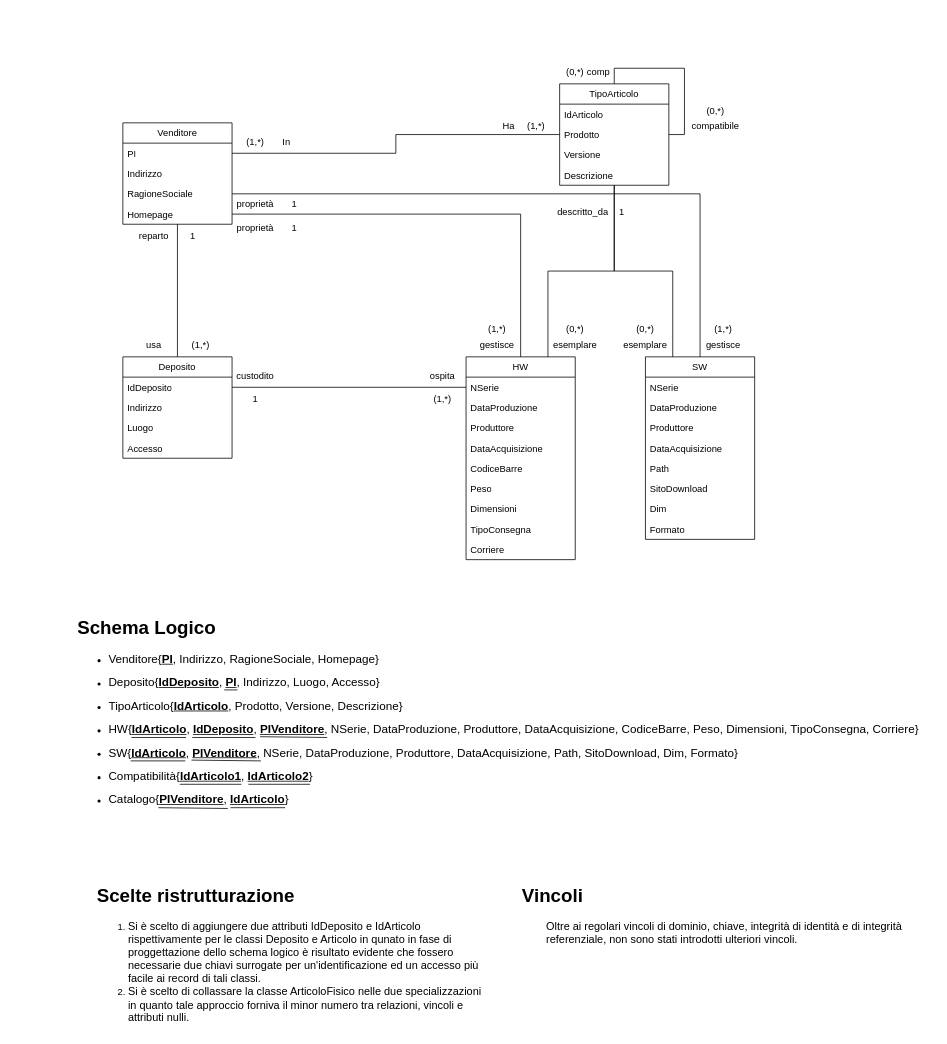
GritHat/diagrams-draw.io keeps this draw.io diagram as articoliswhw.drawio. Above is the earlier version. Source tidied: cells renumbered, new cells numbered last; positions are measured from the earlier drawing's top-left corner, leaving out a move shared by most shapes. Both pictures are drawn from the tidied source at 78%, with x=0, y=0 at pixel (76, 60).
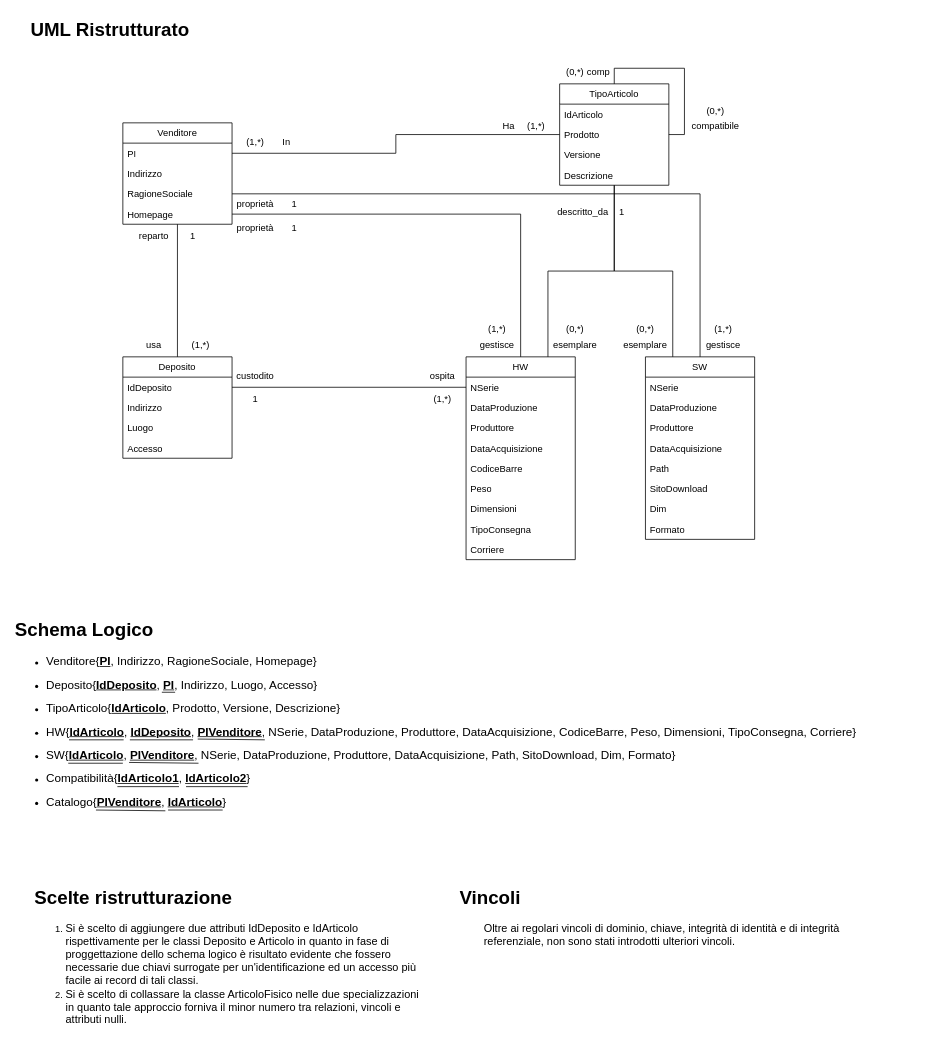
The same diagram, later.

Change to the diagram source:
```diff
@@
-<mxGraphModel>
+<mxGraphModel background="#ffffff">
@@
-    <mxCell id="65" value="&lt;h1 style=&quot;margin-top: 0px;&quot;&gt;Scelte ristrutturazione&lt;/h1&gt;&lt;p&gt;&lt;/p&gt;&lt;ol&gt;&lt;li&gt;&lt;font style=&quot;font-size: 14px;&quot;&gt;Si è scelto di aggiungere due attributi IdDeposito e IdArticolo rispettivamente per le classi Deposito e Articolo in qunato in fase di proggettazione dello schema logico è risultato evidente che fossero necessarie due chiavi surrogate per un'identificazione ed un accesso più facile ai record di tali classi.&lt;/font&gt;&lt;/li&gt;&lt;li&gt;&lt;font style=&quot;font-size: 14px;&quot;&gt;Si è scelto di collassare la classe ArticoloFisico nelle due specializzazioni in quanto tale approccio forniva il minor numero tra relazioni, vincoli e attributi nulli.&lt;/font&gt;&lt;/li&gt;&lt;/ol&gt;&lt;p&gt;&lt;/p&gt;" style="text;html=1;whiteSpace=wrap;overflow=hidden;rounded=0;" parent="1" vertex="1">
-      <mxGeometry x="25" y="1050" width="500" height="189" as="geometry" />
+    <mxCell id="65" value="&lt;h1 style=&quot;margin-top: 0px;&quot;&gt;Scelte ristrutturazione&lt;/h1&gt;&lt;p&gt;&lt;/p&gt;&lt;ol&gt;&lt;li&gt;&lt;font style=&quot;font-size: 14px;&quot;&gt;Si è scelto di aggiungere due attributi IdDeposito e IdArticolo rispettivamente per le classi Deposito e Articolo in quanto in fase di proggettazione dello schema logico è risultato evidente che fossero necessarie due chiavi surrogate per un'identificazione ed un accesso più facile ai record di tali classi.&lt;/font&gt;&lt;/li&gt;&lt;li&gt;&lt;font style=&quot;font-size: 14px;&quot;&gt;Si è scelto di collassare la classe ArticoloFisico nelle due specializzazioni in quanto tale approccio forniva il minor numero tra relazioni, vincoli e attributi nulli.&lt;/font&gt;&lt;/li&gt;&lt;/ol&gt;&lt;p&gt;&lt;/p&gt;" style="text;html=1;whiteSpace=wrap;overflow=hidden;rounded=0;" parent="1" vertex="1">
+      <mxGeometry x="-55" y="1053" width="500" height="189" as="geometry" />
     </mxCell>
     <mxCell id="66" value="&lt;h1 style=&quot;margin-top: 0px;&quot;&gt;Schema Logico&lt;/h1&gt;&lt;div&gt;&lt;ul&gt;&lt;li&gt;&lt;font style=&quot;font-size: 15px;&quot;&gt;Venditore{&lt;b&gt;&lt;font style=&quot;color: light-dark(rgb(0, 0, 0), rgb(63, 89, 255));&quot;&gt;&lt;u&gt;PI&lt;/u&gt;&lt;/font&gt;&lt;/b&gt;, Indirizzo, RagioneSociale, Homepage}&lt;/font&gt;&lt;/li&gt;&lt;/ul&gt;&lt;ul&gt;&lt;li&gt;&lt;font style=&quot;font-size: 15px;&quot;&gt;Deposito{&lt;b&gt;&lt;font style=&quot;color: light-dark(rgb(0, 0, 0), rgb(179, 0, 0));&quot;&gt;&lt;u style=&quot;&quot;&gt;IdDeposito&lt;/u&gt;&lt;/font&gt;&lt;/b&gt;, &lt;b&gt;&lt;font style=&quot;color: light-dark(rgb(0, 0, 0), rgb(63, 89, 255));&quot;&gt;&lt;u&gt;PI&lt;/u&gt;&lt;/font&gt;&lt;/b&gt;, Indirizzo, Luogo, Accesso}&lt;/font&gt;&lt;/li&gt;&lt;/ul&gt;&lt;ul&gt;&lt;li&gt;&lt;span style=&quot;font-size: 15px; background-color: transparent; color: light-dark(rgb(0, 0, 0), rgb(255, 255, 255));&quot;&gt;TipoArticolo{&lt;/span&gt;&lt;b style=&quot;font-size: 15px; background-color: transparent; color: light-dark(rgb(0, 0, 0), rgb(255, 255, 255));&quot;&gt;&lt;font style=&quot;color: light-dark(rgb(0, 0, 0), rgb(50, 166, 50));&quot;&gt;&lt;u&gt;IdArticolo&lt;/u&gt;&lt;/font&gt;&lt;/b&gt;&lt;span style=&quot;font-size: 15px; background-color: transparent; color: light-dark(rgb(0, 0, 0), rgb(255, 255, 255));&quot;&gt;, Prodotto, Versione, Descrizione}&lt;/span&gt;&lt;/li&gt;&lt;/ul&gt;&lt;ul&gt;&lt;li&gt;&lt;font style=&quot;font-size: 15px;&quot;&gt;HW{&lt;b&gt;&lt;font style=&quot;color: light-dark(rgb(0, 0, 0), rgb(50, 166, 50));&quot;&gt;&lt;u&gt;IdArticolo&lt;/u&gt;&lt;/font&gt;&lt;/b&gt;, &lt;font style=&quot;color: light-dark(rgb(0, 0, 0), rgb(179, 0, 0));&quot;&gt;&lt;b&gt;&lt;u&gt;IdDeposito&lt;/u&gt;&lt;/b&gt;&lt;/font&gt;, &lt;font style=&quot;color: light-dark(rgb(0, 0, 0), rgb(63, 89, 255));&quot;&gt;&lt;u&gt;&lt;b&gt;PIVenditore&lt;/b&gt;&lt;/u&gt;&lt;/font&gt;,&amp;nbsp;&lt;font style=&quot;color: light-dark(rgb(0, 0, 0), rgb(252, 252, 252));&quot;&gt;NSerie&lt;/font&gt;, DataProduzione, Produttore, DataAcquisizione, CodiceBarre, Peso, Dimensioni, TipoConsegna, Corriere}&lt;/font&gt;&lt;/li&gt;&lt;/ul&gt;&lt;ul&gt;&lt;li&gt;&lt;font style=&quot;font-size: 15px;&quot;&gt;SW{&lt;font style=&quot;color: light-dark(rgb(0, 0, 0), rgb(50, 166, 50));&quot;&gt;&lt;u&gt;&lt;b&gt;IdArticolo&lt;/b&gt;&lt;/u&gt;&lt;/font&gt;,&amp;nbsp;&lt;font style=&quot;color: light-dark(rgb(0, 0, 0), rgb(63, 89, 255));&quot;&gt;&lt;u&gt;&lt;b&gt;PIVenditore&lt;/b&gt;&lt;/u&gt;&lt;/font&gt;, NSerie, DataProduzione, Produttore, DataAcquisizione, Path, SitoDownload, Dim, Formato}&lt;/font&gt;&lt;/li&gt;&lt;/ul&gt;&lt;ul&gt;&lt;li&gt;&lt;font style=&quot;font-size: 15px;&quot;&gt;Compatibilità{&lt;font style=&quot;color: light-dark(rgb(0, 0, 0), rgb(50, 166, 50));&quot;&gt;&lt;b&gt;&lt;u&gt;IdArticolo1&lt;/u&gt;&lt;/b&gt;&lt;/font&gt;, &lt;font style=&quot;color: light-dark(rgb(0, 0, 0), rgb(50, 166, 50));&quot;&gt;&lt;b&gt;&lt;u&gt;IdArticolo2&lt;/u&gt;&lt;/b&gt;&lt;/font&gt;}&lt;/font&gt;&lt;/li&gt;&lt;/ul&gt;&lt;ul&gt;&lt;li&gt;&lt;font style=&quot;font-size: 15px;&quot;&gt;Catalogo{&lt;font style=&quot;color: light-dark(rgb(0, 0, 0), rgb(63, 89, 255));&quot;&gt;&lt;b&gt;&lt;u&gt;PIVenditore&lt;/u&gt;&lt;/b&gt;&lt;/font&gt;, &lt;font style=&quot;color: light-dark(rgb(0, 0, 0), rgb(50, 166, 50));&quot;&gt;&lt;u&gt;&lt;b&gt;IdArticolo&lt;/b&gt;&lt;/u&gt;&lt;/font&gt;}&lt;/font&gt;&lt;/li&gt;&lt;/ul&gt;&lt;/div&gt;" style="text;html=1;whiteSpace=wrap;overflow=hidden;rounded=0;align=left;" parent="1" vertex="1">
-      <mxGeometry y="707" width="1100" height="263" as="geometry" />
+      <mxGeometry x="-80" y="710" width="1100" height="263" as="geometry" />
     </mxCell>
@@
     <mxCell id="72" style="endArrow=none;html=1;rounded=0;strokeColor=light-dark(#000000,#32A632);" parent="1" edge="1">
       <mxGeometry relative="1" as="geometry">
-        <mxPoint x="70" y="898" as="sourcePoint" />
-        <mxPoint x="140" y="898" as="targetPoint" />
+        <mxPoint x="-10" y="901" as="sourcePoint" />
+        <mxPoint x="60" y="901" as="targetPoint" />
       </mxGeometry>
     </mxCell>
     <mxCell id="73" style="endArrow=none;html=1;rounded=0;strokeColor=light-dark(#000000,#32A632);" parent="1" edge="1">
       <mxGeometry relative="1" as="geometry">
-        <mxPoint x="71" y="868" as="sourcePoint" />
-        <mxPoint x="141" y="868" as="targetPoint" />
+        <mxPoint x="-9" y="871" as="sourcePoint" />
+        <mxPoint x="61" y="871" as="targetPoint" />
       </mxGeometry>
     </mxCell>
     <mxCell id="74" style="endArrow=none;html=1;rounded=0;strokeColor=light-dark(#000000,#B30000);" parent="1" edge="1">
       <mxGeometry relative="1" as="geometry">
-        <mxPoint x="149" y="868" as="sourcePoint" />
-        <mxPoint x="230" y="868" as="targetPoint" />
+        <mxPoint x="69" y="871" as="sourcePoint" />
+        <mxPoint x="150" y="871" as="targetPoint" />
       </mxGeometry>
     </mxCell>
     <mxCell id="75" style="endArrow=none;html=1;rounded=0;strokeColor=light-dark(#000000,#3F59FF);" parent="1" edge="1">
       <mxGeometry relative="1" as="geometry">
-        <mxPoint x="148" y="897" as="sourcePoint" />
-        <mxPoint x="237" y="898" as="targetPoint" />
+        <mxPoint x="68" y="900" as="sourcePoint" />
+        <mxPoint x="157" y="901" as="targetPoint" />
       </mxGeometry>
     </mxCell>
     <mxCell id="76" style="endArrow=none;html=1;rounded=0;strokeColor=light-dark(#000000,#3F59FF);" parent="1" edge="1">
       <mxGeometry relative="1" as="geometry">
-        <mxPoint x="236" y="867" as="sourcePoint" />
-        <mxPoint x="322" y="868" as="targetPoint" />
+        <mxPoint x="156" y="870" as="sourcePoint" />
+        <mxPoint x="242" y="871" as="targetPoint" />
       </mxGeometry>
     </mxCell>
@@
     <mxCell id="81" style="endArrow=none;html=1;rounded=0;strokeColor=light-dark(#000000,#3F59FF);" parent="1" edge="1">
       <mxGeometry relative="1" as="geometry">
-        <mxPoint x="190" y="807" as="sourcePoint" />
-        <mxPoint x="207" y="807" as="targetPoint" />
+        <mxPoint x="110" y="810" as="sourcePoint" />
+        <mxPoint x="127" y="810" as="targetPoint" />
       </mxGeometry>
     </mxCell>
     <mxCell id="82" style="endArrow=none;html=1;rounded=0;strokeColor=light-dark(#000000,#32A632);" parent="1" edge="1">
       <mxGeometry relative="1" as="geometry">
-        <mxPoint x="133" y="928" as="sourcePoint" />
-        <mxPoint x="212" y="928" as="targetPoint" />
+        <mxPoint x="53" y="931" as="sourcePoint" />
+        <mxPoint x="132" y="931" as="targetPoint" />
       </mxGeometry>
     </mxCell>
     <mxCell id="83" style="endArrow=none;html=1;rounded=0;strokeColor=light-dark(#000000,#32A632);" parent="1" edge="1">
       <mxGeometry relative="1" as="geometry">
-        <mxPoint x="221" y="928" as="sourcePoint" />
-        <mxPoint x="300" y="928" as="targetPoint" />
+        <mxPoint x="141" y="931" as="sourcePoint" />
+        <mxPoint x="220" y="931" as="targetPoint" />
       </mxGeometry>
     </mxCell>
     <mxCell id="84" style="endArrow=none;html=1;rounded=0;strokeColor=light-dark(#000000,#3F59FF);" parent="1" edge="1">
       <mxGeometry relative="1" as="geometry">
-        <mxPoint x="105.5" y="958" as="sourcePoint" />
-        <mxPoint x="194.5" y="959" as="targetPoint" />
+        <mxPoint x="25.5" y="961" as="sourcePoint" />
+        <mxPoint x="114.5" y="962" as="targetPoint" />
       </mxGeometry>
     </mxCell>
     <mxCell id="85" style="endArrow=none;html=1;rounded=0;strokeColor=light-dark(#000000,#32A632);" parent="1" edge="1">
       <mxGeometry relative="1" as="geometry">
-        <mxPoint x="198" y="958" as="sourcePoint" />
-        <mxPoint x="268" y="958" as="targetPoint" />
+        <mxPoint x="118" y="961" as="sourcePoint" />
+        <mxPoint x="188" y="961" as="targetPoint" />
       </mxGeometry>
     </mxCell>
     <mxCell id="86" value="&lt;h1 style=&quot;margin-top: 0px;&quot;&gt;Vincoli&lt;/h1&gt;&lt;p&gt;&lt;/p&gt;&lt;font style=&quot;font-size: 14px;&quot;&gt;&lt;span style=&quot;white-space: pre;&quot;&gt;&#9;&lt;/span&gt;Oltre ai regolari vincoli di dominio, chiave, integrità di identità e di integrità &lt;span style=&quot;white-space: pre;&quot;&gt;&#9;&lt;/span&gt;referenziale, non sono stati introdotti ulteriori vincoli.&lt;/font&gt;" style="text;html=1;whiteSpace=wrap;overflow=hidden;rounded=0;" parent="1" vertex="1">
-      <mxGeometry x="570" y="1050" width="520" height="189" as="geometry" />
+      <mxGeometry x="490" y="1053" width="520" height="189" as="geometry" />
     </mxCell>
+    <mxCell id="87" value="&lt;h1 style=&quot;margin-top: 0px;&quot;&gt;UML Ristrutturato&lt;/h1&gt;" style="text;html=1;whiteSpace=wrap;overflow=hidden;rounded=0;" parent="1" vertex="1">
+      <mxGeometry x="-60" y="-60" width="280" height="120" as="geometry" />
+    </mxCell>
```
